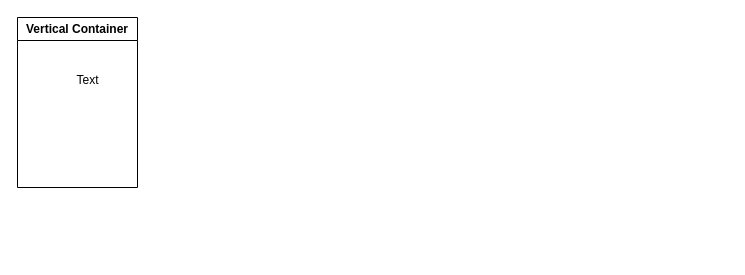
Above: Untitled Diagram.drawio in Alok-Singh4885/system-design (draw.io), before the change. Source tidied: cells renumbered, new cells numbered last; positions are measured from the earlier drawing's top-left corner, leaving out a move shared by most shapes. Both pictures are drawn from the tidied source at 100%, with x=0, y=0 at pixel (17, 17).
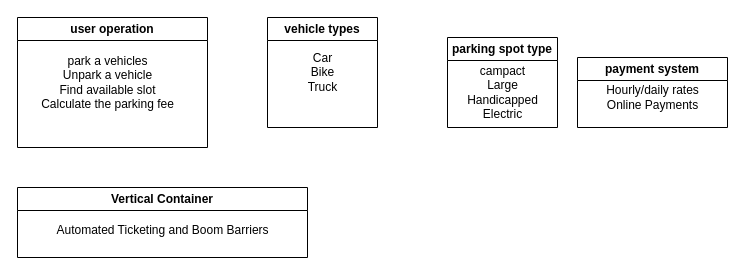
The same diagram, later.

Diff of the diagram source:
```diff
@@
 <mxGraphModel>
   <root>
     <mxCell id="0" />
     <mxCell id="1" parent="0" />
-    <mxCell id="2" value="Vertical Container" style="swimlane;whiteSpace=wrap;html=1;" parent="1" vertex="1">
-      <mxGeometry width="120" height="170" as="geometry" />
+    <mxCell id="2" value="user operation" style="swimlane;whiteSpace=wrap;html=1;" parent="1" vertex="1">
+      <mxGeometry width="190" height="130" as="geometry" />
     </mxCell>
-    <mxCell id="3" value="Text" style="text;html=1;align=center;verticalAlign=middle;strokeColor=none;fillColor=none;" parent="1" vertex="1">
-      <mxGeometry x="45" y="48" width="50" height="30" as="geometry" />
-    </mxCell>
+    <mxCell id="4" value="park a vehicles&lt;div&gt;Unpark a vehicle&lt;/div&gt;&lt;div&gt;Find available slot&lt;/div&gt;&lt;div&gt;Calculate the parking fee&lt;/div&gt;" style="text;html=1;align=center;verticalAlign=middle;strokeColor=none;fillColor=none;" parent="2" vertex="1">
+      <mxGeometry x="10" y="30" width="160" height="70" as="geometry" />
+    </mxCell>
+    <mxCell id="5" value="vehicle types" style="swimlane;whiteSpace=wrap;html=1;" parent="1" vertex="1">
+      <mxGeometry x="250" width="110" height="110" as="geometry" />
+    </mxCell>
+    <mxCell id="6" value="Car&lt;div&gt;Bike&lt;/div&gt;&lt;div&gt;Truck&lt;/div&gt;" style="text;html=1;align=center;verticalAlign=middle;strokeColor=none;fillColor=none;" parent="5" vertex="1">
+      <mxGeometry x="30" y="25" width="50" height="60" as="geometry" />
+    </mxCell>
+    <mxCell id="7" value="parking spot type" style="swimlane;whiteSpace=wrap;html=1;" parent="1" vertex="1">
+      <mxGeometry x="430" y="20" width="110" height="90" as="geometry" />
+    </mxCell>
+    <mxCell id="8" value="campact&lt;div&gt;Large&lt;/div&gt;&lt;div&gt;Handicapped&lt;/div&gt;&lt;div&gt;Electric&lt;/div&gt;" style="text;html=1;align=center;verticalAlign=middle;strokeColor=none;fillColor=none;" parent="7" vertex="1">
+      <mxGeometry x="10" y="20" width="90" height="70" as="geometry" />
+    </mxCell>
+    <mxCell id="9" value="payment system" style="swimlane;whiteSpace=wrap;html=1;" parent="1" vertex="1">
+      <mxGeometry x="560" y="40" width="150" height="70" as="geometry" />
+    </mxCell>
+    <mxCell id="10" value="Hourly/daily rates&lt;div&gt;Online Payments&lt;/div&gt;" style="text;html=1;align=center;verticalAlign=middle;strokeColor=none;fillColor=none;" parent="9" vertex="1">
+      <mxGeometry x="15" y="20" width="120" height="40" as="geometry" />
+    </mxCell>
+    <mxCell id="11" value="Vertical Container" style="swimlane;whiteSpace=wrap;html=1;" parent="1" vertex="1">
+      <mxGeometry y="170" width="290" height="70" as="geometry" />
+    </mxCell>
+    <mxCell id="12" value="Automated Ticketing and Boom Barriers" style="text;html=1;align=center;verticalAlign=middle;strokeColor=none;fillColor=none;" parent="11" vertex="1">
+      <mxGeometry x="25" y="28" width="240" height="30" as="geometry" />
+    </mxCell>
   </root>
 </mxGraphModel>
```
